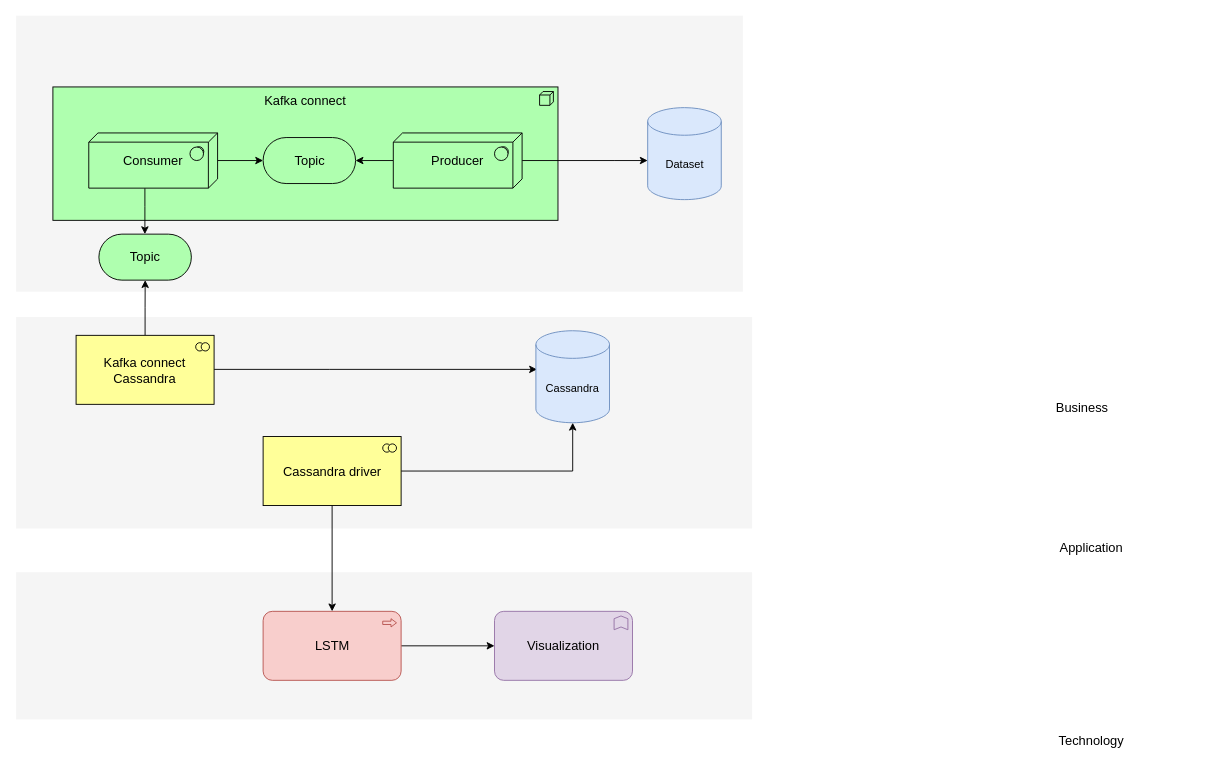
MohammedMoufidIbrahim/Anomaly-detection-and-prediction-in-operational-log-data keeps this draw.io diagram as Images/system architecture.drawio. Above is the earlier version. Source tidied: cells renumbered, new cells numbered last; positions are measured from the earlier drawing's top-left corner, leaving out a move shared by most shapes. Both pictures are drawn from the tidied source at 92%, with x=0, y=0 at pixel (16, 15).
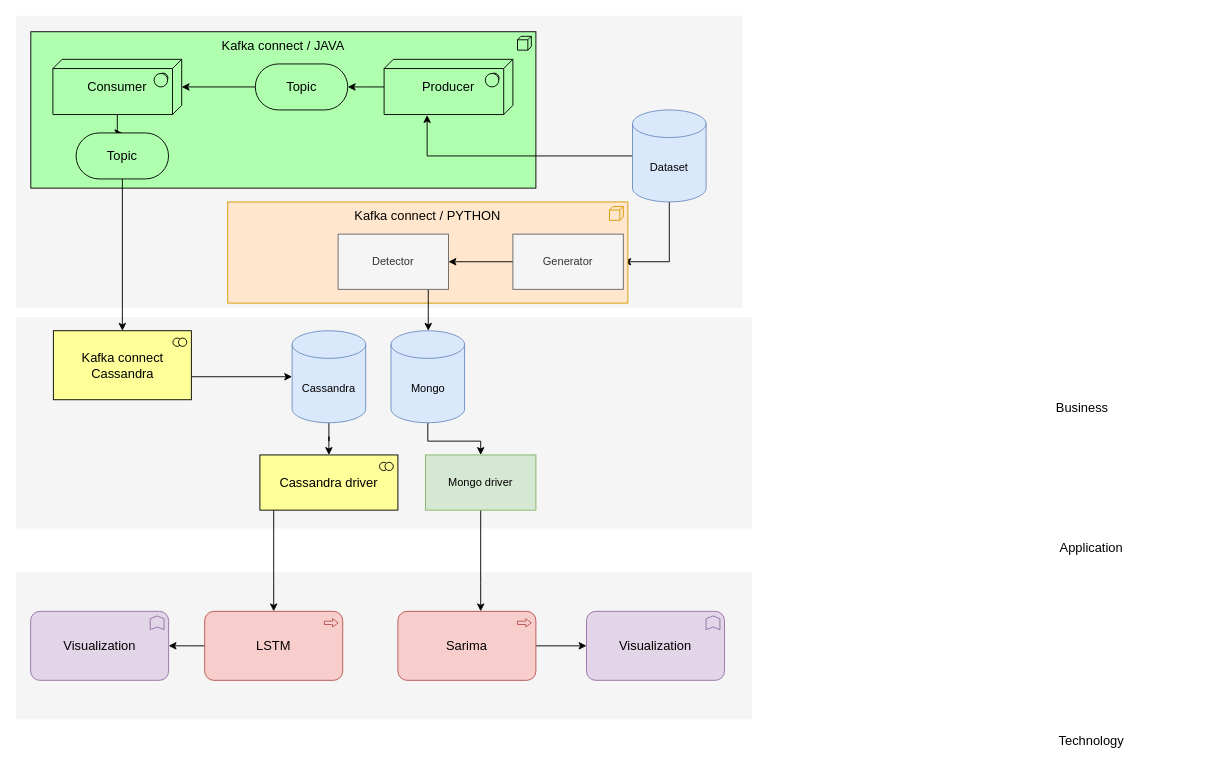
The same page after the edit.

The edit, as a diff of the source:
```diff
@@
     <mxCell id="2" style="whiteSpace=wrap;html=1;strokeColor=none;strokeWidth=1;fillColor=#f5f5f5;fontSize=14;" parent="1" vertex="1">
-      <mxGeometry y="0.5" width="790" height="300" as="geometry" />
+      <mxGeometry y="0.5" width="790" height="317.5" as="geometry" />
     </mxCell>
@@
-    <mxCell id="5" value="Kafka connect" style="html=1;whiteSpace=wrap;fillColor=#AFFFAF;shape=mxgraph.archimate3.application;appType=node;archiType=square;fontSize=14;verticalAlign=top;" parent="1" vertex="1">
-      <mxGeometry x="40" y="78" width="549" height="145" as="geometry" />
+    <mxCell id="5" value="Kafka connect / JAVA" style="html=1;whiteSpace=wrap;fillColor=#AFFFAF;shape=mxgraph.archimate3.application;appType=node;archiType=square;fontSize=14;verticalAlign=top;" parent="1" vertex="1">
+      <mxGeometry x="16" y="18" width="549" height="170" as="geometry" />
     </mxCell>
-    <mxCell id="6" style="edgeStyle=orthogonalEdgeStyle;rounded=0;jettySize=auto;html=1;" parent="1" edge="1" source="8" target="12">
-      <mxGeometry relative="1" as="geometry" />
-    </mxCell>
-    <mxCell id="7" style="edgeStyle=orthogonalEdgeStyle;rounded=0;jettySize=auto;html=1;" parent="1" edge="1" source="8" target="22">
-      <mxGeometry relative="1" as="geometry">
-        <Array as="points">
-          <mxPoint x="140" y="208" />
-          <mxPoint x="140" y="208" />
-        </Array>
-      </mxGeometry>
+    <mxCell id="7" style="edgeStyle=orthogonalEdgeStyle;rounded=0;jettySize=auto;html=1;entryX=0.5;entryY=0;entryDx=0;entryDy=0;entryPerimeter=0;" parent="1" edge="1" source="8" target="22">
+      <mxGeometry relative="1" as="geometry" />
     </mxCell>
     <mxCell id="8" value="&lt;div&gt;Consumer&lt;/div&gt;" style="html=1;whiteSpace=wrap;fillColor=#AFFFAF;shape=mxgraph.archimate3.tech;techType=sysSw;fontSize=14;" parent="1" vertex="1">
-      <mxGeometry x="79" y="128" width="140" height="60" as="geometry" />
+      <mxGeometry x="40" y="48" width="140" height="60" as="geometry" />
     </mxCell>
-    <mxCell id="9" style="edgeStyle=orthogonalEdgeStyle;rounded=0;jettySize=auto;html=1;" parent="1" edge="1" source="11" target="21">
-      <mxGeometry relative="1" as="geometry">
-        <Array as="points">
-          <mxPoint x="650" y="158" />
-          <mxPoint x="650" y="158" />
-        </Array>
-      </mxGeometry>
-    </mxCell>
@@
     <mxCell id="11" value="&lt;div&gt;Producer&lt;/div&gt;" style="html=1;whiteSpace=wrap;fillColor=#AFFFAF;shape=mxgraph.archimate3.tech;techType=sysSw;fontSize=14;" parent="1" vertex="1">
-      <mxGeometry x="410" y="128" width="140" height="60" as="geometry" />
+      <mxGeometry x="400" y="48" width="140" height="60" as="geometry" />
     </mxCell>
+    <mxCell id="28" style="edgeStyle=orthogonalEdgeStyle;rounded=0;jettySize=auto;html=1;entryX=1;entryY=0.5;entryDx=0;entryDy=0;entryPerimeter=0;" parent="1" edge="1" source="12" target="8">
+      <mxGeometry relative="1" as="geometry" />
+    </mxCell>
     <mxCell id="12" value="Topic" style="html=1;whiteSpace=wrap;fillColor=#AFFFAF;shape=mxgraph.archimate3.service;fontSize=14;" parent="1" vertex="1">
-      <mxGeometry x="268.5" y="133" width="100.5" height="50" as="geometry" />
+      <mxGeometry x="260" y="53" width="100.5" height="50" as="geometry" />
     </mxCell>
-    <mxCell id="13" style="edgeStyle=orthogonalEdgeStyle;rounded=0;jettySize=auto;html=1;" parent="1" edge="1" source="15" target="22">
-      <mxGeometry relative="1" as="geometry" />
-    </mxCell>
-    <mxCell id="14" style="edgeStyle=orthogonalEdgeStyle;rounded=0;jettySize=auto;html=1;entryX=0.015;entryY=0.42;entryDx=0;entryDy=0;entryPerimeter=0;" parent="1" edge="1" source="15" target="23">
+    <mxCell id="14" style="edgeStyle=orthogonalEdgeStyle;rounded=0;jettySize=auto;html=1;" parent="1" edge="1" source="15" target="23">
       <mxGeometry relative="1" as="geometry">
         <Array as="points">
-          <mxPoint x="341" y="386" />
+          <mxPoint x="220" y="393" />
+          <mxPoint x="220" y="393" />
         </Array>
       </mxGeometry>
     </mxCell>
     <mxCell id="15" value="Kafka connect Cassandra" style="html=1;whiteSpace=wrap;fillColor=#ffff99;shape=mxgraph.archimate3.application;appType=collab;archiType=square;fontSize=14;" parent="1" vertex="1">
-      <mxGeometry x="65.2" y="348" width="150" height="75" as="geometry" />
+      <mxGeometry x="40.5" y="343" width="150" height="75" as="geometry" />
     </mxCell>
@@
     <mxCell id="17" value="LSTM" style="html=1;whiteSpace=wrap;fillColor=#f8cecc;shape=mxgraph.archimate3.application;appType=proc;archiType=rounded;fontSize=14;strokeColor=#b85450;" parent="1" vertex="1">
-      <mxGeometry x="268.5" y="648" width="150" height="75" as="geometry" />
+      <mxGeometry x="205" y="648" width="150" height="75" as="geometry" />
     </mxCell>
@@
+    <mxCell id="29" style="edgeStyle=orthogonalEdgeStyle;rounded=0;jettySize=auto;html=1;entryX=0.334;entryY=1.01;entryDx=0;entryDy=0;entryPerimeter=0;" parent="1" edge="1" source="21" target="11">
+      <mxGeometry relative="1" as="geometry" />
+    </mxCell>
+    <mxCell id="30" style="edgeStyle=orthogonalEdgeStyle;rounded=0;jettySize=auto;html=1;" parent="1" edge="1" source="21" target="35">
+      <mxGeometry relative="1" as="geometry">
+        <Array as="points">
+          <mxPoint x="710" y="268" />
+        </Array>
+      </mxGeometry>
+    </mxCell>
     <mxCell id="21" value="Dataset" style="shape=cylinder3;whiteSpace=wrap;html=1;boundedLbl=1;backgroundOutline=1;size=15;fillColor=#dae8fc;strokeColor=#6c8ebf;" parent="1" vertex="1">
-      <mxGeometry x="686.5" y="100.5" width="80" height="100" as="geometry" />
+      <mxGeometry x="670" y="103" width="80" height="100" as="geometry" />
     </mxCell>
+    <mxCell id="31" style="edgeStyle=orthogonalEdgeStyle;rounded=0;jettySize=auto;html=1;" parent="1" edge="1" source="22" target="15">
+      <mxGeometry relative="1" as="geometry" />
+    </mxCell>
     <mxCell id="22" value="Topic" style="html=1;whiteSpace=wrap;fillColor=#AFFFAF;shape=mxgraph.archimate3.service;fontSize=14;" parent="1" vertex="1">
-      <mxGeometry x="90" y="238" width="100.5" height="50" as="geometry" />
+      <mxGeometry x="65.2" y="128" width="100.5" height="50" as="geometry" />
     </mxCell>
+    <mxCell id="32" style="edgeStyle=orthogonalEdgeStyle;rounded=0;jettySize=auto;html=1;" parent="1" edge="1" source="23" target="26">
+      <mxGeometry relative="1" as="geometry" />
+    </mxCell>
     <mxCell id="23" value="Cassandra" style="shape=cylinder3;whiteSpace=wrap;html=1;boundedLbl=1;backgroundOutline=1;size=15;strokeColor=#6c8ebf;fillColor=#dae8fc;" parent="1" vertex="1">
-      <mxGeometry x="565" y="343" width="80" height="100" as="geometry" />
+      <mxGeometry x="300" y="343" width="80" height="100" as="geometry" />
     </mxCell>
-    <mxCell id="24" style="edgeStyle=orthogonalEdgeStyle;rounded=0;jettySize=auto;html=1;entryX=0.5;entryY=1;entryDx=0;entryDy=0;entryPerimeter=0;" parent="1" edge="1" source="26" target="23">
-      <mxGeometry relative="1" as="geometry" />
-    </mxCell>
     <mxCell id="25" style="edgeStyle=orthogonalEdgeStyle;rounded=0;jettySize=auto;html=1;" parent="1" edge="1" source="26" target="17">
-      <mxGeometry relative="1" as="geometry" />
+      <mxGeometry relative="1" as="geometry">
+        <Array as="points">
+          <mxPoint x="280" y="618" />
+          <mxPoint x="280" y="618" />
+        </Array>
+      </mxGeometry>
     </mxCell>
     <mxCell id="26" value="Cassandra driver" style="html=1;whiteSpace=wrap;fillColor=#ffff99;shape=mxgraph.archimate3.application;appType=collab;archiType=square;fontSize=14;" parent="1" vertex="1">
-      <mxGeometry x="268.5" y="458" width="150" height="75" as="geometry" />
+      <mxGeometry x="265" y="478" width="150" height="60" as="geometry" />
     </mxCell>
     <mxCell id="27" value="Visualization" style="html=1;whiteSpace=wrap;fillColor=#e1d5e7;shape=mxgraph.archimate3.application;appType=func;archiType=rounded;fontSize=14;strokeColor=#9673a6;" parent="1" vertex="1">
-      <mxGeometry x="520" y="648" width="150" height="75" as="geometry" />
+      <mxGeometry x="15.8" y="648" width="150" height="75" as="geometry" />
     </mxCell>
+    <mxCell id="33" value="Kafka connect / PYTHON" style="html=1;whiteSpace=wrap;shape=mxgraph.archimate3.application;appType=node;archiType=square;fontSize=14;verticalAlign=top;fillColor=#ffe6cc;strokeColor=#d79b00;" parent="1" vertex="1">
+      <mxGeometry x="230" y="203" width="435" height="110" as="geometry" />
+    </mxCell>
+    <mxCell id="34" style="edgeStyle=orthogonalEdgeStyle;rounded=0;jettySize=auto;html=1;" parent="1" edge="1" source="35" target="37">
+      <mxGeometry relative="1" as="geometry" />
+    </mxCell>
+    <mxCell id="35" value="Generator" style="rounded=0;whiteSpace=wrap;html=1;fillColor=#f5f5f5;strokeColor=#666666;fontColor=#333333;" parent="1" vertex="1">
+      <mxGeometry x="540" y="238" width="120" height="60" as="geometry" />
+    </mxCell>
+    <mxCell id="36" style="edgeStyle=orthogonalEdgeStyle;rounded=0;jettySize=auto;html=1;" parent="1" edge="1" source="37" target="39">
+      <mxGeometry relative="1" as="geometry">
+        <Array as="points">
+          <mxPoint x="448" y="308" />
+          <mxPoint x="448" y="308" />
+        </Array>
+      </mxGeometry>
+    </mxCell>
+    <mxCell id="37" value="Detector" style="rounded=0;whiteSpace=wrap;html=1;fillColor=#f5f5f5;strokeColor=#666666;fontColor=#333333;" parent="1" vertex="1">
+      <mxGeometry x="350" y="238" width="120" height="60" as="geometry" />
+    </mxCell>
+    <mxCell id="38" style="edgeStyle=orthogonalEdgeStyle;rounded=0;jettySize=auto;html=1;" parent="1" edge="1" source="39" target="41">
+      <mxGeometry relative="1" as="geometry" />
+    </mxCell>
+    <mxCell id="39" value="Mongo" style="shape=cylinder3;whiteSpace=wrap;html=1;boundedLbl=1;backgroundOutline=1;size=15;strokeColor=#6c8ebf;fillColor=#dae8fc;" parent="1" vertex="1">
+      <mxGeometry x="407.5" y="343" width="80" height="100" as="geometry" />
+    </mxCell>
+    <mxCell id="40" style="edgeStyle=orthogonalEdgeStyle;rounded=0;jettySize=auto;html=1;" parent="1" edge="1" source="41" target="43">
+      <mxGeometry relative="1" as="geometry">
+        <Array as="points">
+          <mxPoint x="505" y="618" />
+          <mxPoint x="505" y="618" />
+        </Array>
+      </mxGeometry>
+    </mxCell>
+    <mxCell id="41" value="Mongo driver" style="rounded=0;whiteSpace=wrap;html=1;fillColor=#d5e8d4;strokeColor=#82b366;" parent="1" vertex="1">
+      <mxGeometry x="445" y="478" width="120" height="60" as="geometry" />
+    </mxCell>
+    <mxCell id="42" style="edgeStyle=orthogonalEdgeStyle;rounded=0;jettySize=auto;html=1;" parent="1" edge="1" source="43" target="44">
+      <mxGeometry relative="1" as="geometry" />
+    </mxCell>
+    <mxCell id="43" value="Sarima" style="html=1;whiteSpace=wrap;fillColor=#f8cecc;shape=mxgraph.archimate3.application;appType=proc;archiType=rounded;fontSize=14;strokeColor=#b85450;" parent="1" vertex="1">
+      <mxGeometry x="415" y="648" width="150" height="75" as="geometry" />
+    </mxCell>
+    <mxCell id="44" value="Visualization" style="html=1;whiteSpace=wrap;fillColor=#e1d5e7;shape=mxgraph.archimate3.application;appType=func;archiType=rounded;fontSize=14;strokeColor=#9673a6;" parent="1" vertex="1">
+      <mxGeometry x="620" y="648" width="150" height="75" as="geometry" />
+    </mxCell>
```
